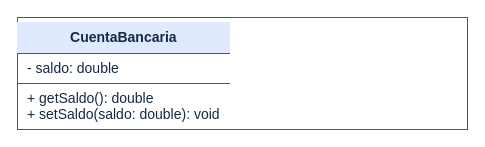
Earlier version of the draw.io diagram page "4 - CuentaBancaria" (4 of 8) of UML.drawio (sued2008/Trabajo-Repaso-POO). Source tidied: cells renumbered, new cells numbered last; positions are measured from the earlier drawing's top-left corner, leaving out a move shared by most shapes. Both pictures are drawn from the tidied source at 100%, with x=0, y=0 at pixel (17, 17).
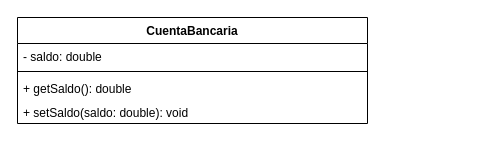
Above is the later version.

The edit, as a diff of the source:
```diff
@@
 <mxGraphModel>
   <root>
     <mxCell id="0" />
     <mxCell id="1" parent="0" />
-    <mxCell id="2" value="&lt;div style=&quot;text-align:center;font-weight:bold;padding:7px;background:#e0eaff&quot;&gt;CuentaBancaria&lt;/div&gt;&lt;div style=&quot;border-top:1px solid #42577d;padding:6px 10px;text-align:left&quot;&gt;- saldo: double&lt;/div&gt;&lt;div style=&quot;border-top:1px solid #42577d;padding:6px 10px;text-align:left&quot;&gt;+ getSaldo(): double&lt;br&gt;+ setSaldo(saldo: double): void&lt;/div&gt;" style="text;html=1;whiteSpace=wrap;strokeColor=#42577d;fillColor=#ffffff;fontColor=#172844;align=left;verticalAlign=top;spacing=0;fontSize=14;" parent="1" vertex="1">
-      <mxGeometry width="450" height="112" as="geometry" />
+    <mxCell id="2" value="CuentaBancaria" style="swimlane;fontStyle=1;align=center;verticalAlign=top;horizontal=1;startSize=26;whiteSpace=wrap;html=1;" parent="1" vertex="1">
+      <mxGeometry width="350" height="106" as="geometry" />
     </mxCell>
+    <mxCell id="3" value="- saldo: double" style="text;strokeColor=none;fillColor=none;align=left;verticalAlign=top;spacingLeft=4;spacingRight=4;overflow=hidden;whiteSpace=wrap;html=1;" parent="2" vertex="1">
+      <mxGeometry y="26" width="350" height="24" as="geometry" />
+    </mxCell>
+    <mxCell id="4" style="line;strokeWidth=1;fillColor=none;align=left;verticalAlign=middle;spacingTop=-1;spacingLeft=3;spacingRight=3;labelPosition=right;strokeColor=inherit;labelPerimeter=1;" parent="2" vertex="1">
+      <mxGeometry y="50" width="350" height="8" as="geometry" />
+    </mxCell>
+    <mxCell id="5" value="+ getSaldo(): double" style="text;strokeColor=none;fillColor=none;align=left;verticalAlign=top;spacingLeft=4;spacingRight=4;overflow=hidden;whiteSpace=wrap;html=1;" parent="2" vertex="1">
+      <mxGeometry y="58" width="350" height="24" as="geometry" />
+    </mxCell>
+    <mxCell id="6" value="+ setSaldo(saldo: double): void" style="text;strokeColor=none;fillColor=none;align=left;verticalAlign=top;spacingLeft=4;spacingRight=4;overflow=hidden;whiteSpace=wrap;html=1;" parent="2" vertex="1">
+      <mxGeometry y="82" width="350" height="24" as="geometry" />
+    </mxCell>
   </root>
 </mxGraphModel>
```
